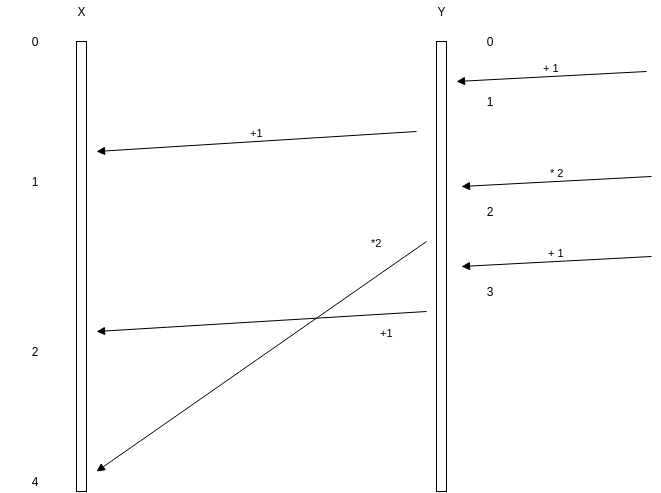
The draw.io diagram op-based-ops-must-commute.png in rcristian/CRDTIntro, before a commit. Source tidied: cells renumbered, new cells last; positions are measured from the earlier drawing's top-left corner, leaving out a move shared by most shapes.
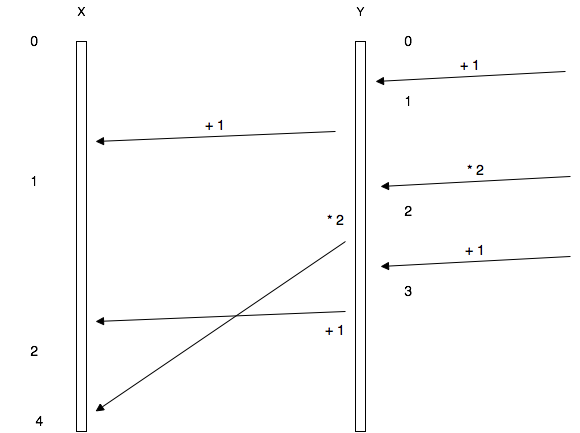
The same file after the commit.

The edit, as a diff of the source:
```diff
@@ -3,78 +3,78 @@
     <mxCell id="0" />
     <mxCell id="1" parent="0" />
     <mxCell id="2" style="html=1;perimeter=orthogonalPerimeter;" parent="1" vertex="1">
-      <mxGeometry x="75" y="40" width="10" height="450" as="geometry" />
+      <mxGeometry x="156" y="40" width="10" height="390" as="geometry" />
     </mxCell>
     <mxCell id="3" style="html=1;perimeter=orthogonalPerimeter;" parent="1" vertex="1">
-      <mxGeometry x="435" y="40" width="10" height="450" as="geometry" />
+      <mxGeometry x="435" y="40" width="10" height="390" as="geometry" />
     </mxCell>
     <mxCell id="4" value="X" style="text;html=1;strokeColor=none;fillColor=none;align=center;verticalAlign=middle;whiteSpace=wrap;overflow=hidden;" parent="1" vertex="1">
-      <mxGeometry x="60" width="40" height="20" as="geometry" />
+      <mxGeometry x="141" width="40" height="20" as="geometry" />
     </mxCell>
     <mxCell id="5" value="Y" style="text;html=1;strokeColor=none;fillColor=none;align=center;verticalAlign=middle;whiteSpace=wrap;overflow=hidden;" parent="1" vertex="1">
       <mxGeometry x="420" width="40" height="20" as="geometry" />
     </mxCell>
-    <mxCell id="6" value="0" style="text;html=1;strokeColor=none;fillColor=none;align=center;verticalAlign=middle;whiteSpace=wrap;overflow=hidden;" parent="1" vertex="1">
-      <mxGeometry x="5" y="30" width="55" height="20" as="geometry" />
+    <mxCell id="6" value="&lt;font style=&quot;font-size: 14px&quot;&gt;0&lt;/font&gt;" style="text;html=1;strokeColor=none;fillColor=none;align=center;verticalAlign=middle;whiteSpace=wrap;overflow=hidden;" parent="1" vertex="1">
+      <mxGeometry x="86" y="30" width="55" height="20" as="geometry" />
     </mxCell>
-    <mxCell id="7" value="0" style="text;html=1;strokeColor=none;fillColor=none;align=center;verticalAlign=middle;whiteSpace=wrap;overflow=hidden;" parent="1" vertex="1">
+    <mxCell id="7" value="&lt;font style=&quot;font-size: 14px&quot;&gt;0&lt;/font&gt;" style="text;html=1;strokeColor=none;fillColor=none;align=center;verticalAlign=middle;whiteSpace=wrap;overflow=hidden;" parent="1" vertex="1">
       <mxGeometry x="455" y="30" width="65" height="20" as="geometry" />
     </mxCell>
-    <mxCell id="8" value="+ 1" style="html=1;verticalAlign=bottom;endArrow=block;" parent="1" edge="1">
+    <mxCell id="8" value="&lt;font style=&quot;font-size: 14px&quot;&gt;+ 1&lt;/font&gt;" style="html=1;verticalAlign=bottom;endArrow=block;" parent="1" edge="1">
       <mxGeometry x="520" y="100" as="geometry">
         <mxPoint x="645" y="70" as="sourcePoint" />
         <mxPoint x="455" y="80" as="targetPoint" />
       </mxGeometry>
     </mxCell>
-    <mxCell id="9" value="1" style="text;html=1;strokeColor=none;fillColor=none;align=center;verticalAlign=middle;whiteSpace=wrap;overflow=hidden;" parent="1" vertex="1">
+    <mxCell id="9" value="&lt;font style=&quot;font-size: 14px&quot;&gt;1&lt;/font&gt;" style="text;html=1;strokeColor=none;fillColor=none;align=center;verticalAlign=middle;whiteSpace=wrap;overflow=hidden;" parent="1" vertex="1">
       <mxGeometry x="455" y="90" width="65" height="20" as="geometry" />
     </mxCell>
-    <mxCell id="10" value="+1" style="html=1;verticalAlign=bottom;endArrow=block;" parent="1" edge="1">
+    <mxCell id="10" value="&lt;font style=&quot;font-size: 14px&quot;&gt;+ 1&lt;/font&gt;" style="html=1;verticalAlign=bottom;endArrow=block;" parent="1" edge="1">
       <mxGeometry x="160" y="160" as="geometry">
         <mxPoint x="415" y="130" as="sourcePoint" />
-        <mxPoint x="95" y="150" as="targetPoint" />
+        <mxPoint x="175" y="140" as="targetPoint" />
       </mxGeometry>
     </mxCell>
-    <mxCell id="11" value="1" style="text;html=1;strokeColor=none;fillColor=none;align=center;verticalAlign=middle;whiteSpace=wrap;overflow=hidden;" parent="1" vertex="1">
-      <mxGeometry y="170" width="65" height="20" as="geometry" />
+    <mxCell id="11" value="&lt;font style=&quot;font-size: 14px&quot;&gt;1&lt;/font&gt;" style="text;html=1;strokeColor=none;fillColor=none;align=center;verticalAlign=middle;whiteSpace=wrap;overflow=hidden;" parent="1" vertex="1">
+      <mxGeometry x="81" y="170" width="65" height="20" as="geometry" />
     </mxCell>
-    <mxCell id="12" value="* 2" style="html=1;verticalAlign=bottom;endArrow=block;" parent="1" edge="1">
+    <mxCell id="12" value="&lt;font style=&quot;font-size: 14px&quot;&gt;* 2&lt;/font&gt;" style="html=1;verticalAlign=bottom;endArrow=block;" parent="1" edge="1">
       <mxGeometry x="525" y="205" as="geometry">
         <mxPoint x="650" y="175" as="sourcePoint" />
         <mxPoint x="460" y="185" as="targetPoint" />
       </mxGeometry>
     </mxCell>
-    <mxCell id="13" value="+ 1" style="html=1;verticalAlign=bottom;endArrow=block;" parent="1" edge="1">
+    <mxCell id="13" value="&lt;font style=&quot;font-size: 14px&quot;&gt;+ 1&lt;/font&gt;" style="html=1;verticalAlign=bottom;endArrow=block;" parent="1" edge="1">
       <mxGeometry x="525" y="285" as="geometry">
         <mxPoint x="650" y="255" as="sourcePoint" />
         <mxPoint x="460" y="265" as="targetPoint" />
       </mxGeometry>
     </mxCell>
-    <mxCell id="14" value="2" style="text;html=1;strokeColor=none;fillColor=none;align=center;verticalAlign=middle;whiteSpace=wrap;overflow=hidden;" parent="1" vertex="1">
+    <mxCell id="14" value="&lt;font style=&quot;font-size: 14px&quot;&gt;2&lt;/font&gt;" style="text;html=1;strokeColor=none;fillColor=none;align=center;verticalAlign=middle;whiteSpace=wrap;overflow=hidden;" parent="1" vertex="1">
       <mxGeometry x="455" y="200" width="65" height="20" as="geometry" />
     </mxCell>
-    <mxCell id="15" value="3" style="text;html=1;strokeColor=none;fillColor=none;align=center;verticalAlign=middle;whiteSpace=wrap;overflow=hidden;" parent="1" vertex="1">
+    <mxCell id="15" value="&lt;font style=&quot;font-size: 14px&quot;&gt;3&lt;/font&gt;" style="text;html=1;strokeColor=none;fillColor=none;align=center;verticalAlign=middle;whiteSpace=wrap;overflow=hidden;" parent="1" vertex="1">
       <mxGeometry x="455" y="280" width="65" height="20" as="geometry" />
     </mxCell>
-    <mxCell id="16" value="*2" style="html=1;verticalAlign=bottom;endArrow=block;" parent="1" edge="1">
-      <mxGeometry x="5" y="30" as="geometry">
+    <mxCell id="16" value="&lt;font style=&quot;font-size: 14px&quot;&gt;* 2&lt;/font&gt;" style="html=1;verticalAlign=bottom;endArrow=block;" parent="1" edge="1">
+      <mxGeometry as="geometry">
         <mxPoint x="425" y="240" as="sourcePoint" />
-        <mxPoint x="95" y="470" as="targetPoint" />
-        <mxPoint x="115" y="-105" as="offset" />
+        <mxPoint x="175" y="410" as="targetPoint" />
+        <mxPoint x="115" y="-95" as="offset" />
       </mxGeometry>
     </mxCell>
-    <mxCell id="17" value="+1" style="html=1;verticalAlign=bottom;endArrow=block;" parent="1" edge="1">
+    <mxCell id="17" value="&lt;font style=&quot;font-size: 14px&quot;&gt;+ 1&lt;/font&gt;" style="html=1;verticalAlign=bottom;endArrow=block;" parent="1" edge="1">
       <mxGeometry as="geometry">
         <mxPoint x="425" y="310" as="sourcePoint" />
-        <mxPoint x="95" y="330" as="targetPoint" />
-        <mxPoint x="125" y="20" as="offset" />
+        <mxPoint x="175" y="320" as="targetPoint" />
+        <mxPoint x="115" y="25" as="offset" />
       </mxGeometry>
     </mxCell>
-    <mxCell id="18" value="2" style="text;html=1;strokeColor=none;fillColor=none;align=center;verticalAlign=middle;whiteSpace=wrap;overflow=hidden;" parent="1" vertex="1">
-      <mxGeometry y="340" width="65" height="20" as="geometry" />
+    <mxCell id="18" value="&lt;font style=&quot;font-size: 14px&quot;&gt;2&lt;/font&gt;" style="text;html=1;strokeColor=none;fillColor=none;align=center;verticalAlign=middle;whiteSpace=wrap;overflow=hidden;" parent="1" vertex="1">
+      <mxGeometry x="81" y="340" width="65" height="20" as="geometry" />
     </mxCell>
-    <mxCell id="19" value="4" style="text;html=1;strokeColor=none;fillColor=none;align=center;verticalAlign=middle;whiteSpace=wrap;overflow=hidden;" parent="1" vertex="1">
-      <mxGeometry y="470" width="65" height="20" as="geometry" />
+    <mxCell id="19" value="&lt;font style=&quot;font-size: 14px&quot;&gt;4&lt;/font&gt;" style="text;html=1;strokeColor=none;fillColor=none;align=center;verticalAlign=middle;whiteSpace=wrap;overflow=hidden;" parent="1" vertex="1">
+      <mxGeometry x="86" y="410" width="65" height="20" as="geometry" />
     </mxCell>
   </root>
 </mxGraphModel>
```
